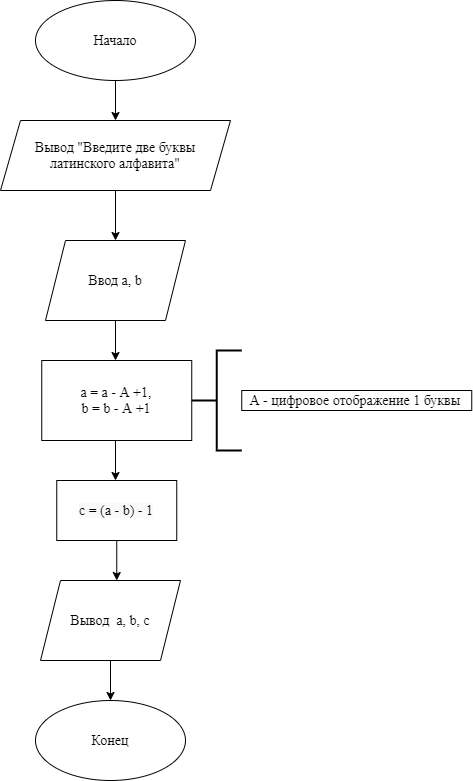
Before: DZ5.png, a diagram exported from draw.io (EkaterinaVrublevskaia/AlgorithmPython-). Source tidied: cells renumbered, new cells last; positions are measured from the earlier drawing's top-left corner, leaving out a move shared by most shapes.
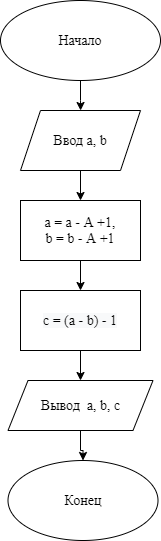
The same diagram one commit later.

What changed in the source:
```diff
@@ -2,60 +2,42 @@
   <root>
     <mxCell id="0" />
     <mxCell id="1" parent="0" />
-    <mxCell id="2" style="edgeStyle=orthogonalEdgeStyle;rounded=0;jettySize=auto;html=1;fontFamily=Times New Roman;fontSize=14;" parent="1" edge="1" source="3" target="5">
-      <mxGeometry relative="1" as="geometry" />
+    <mxCell id="2" style="edgeStyle=orthogonalEdgeStyle;rounded=0;jettySize=auto;html=1;fontFamily=Times New Roman;fontSize=14;" parent="1" edge="1" source="3">
+      <mxGeometry relative="1" as="geometry">
+        <mxPoint x="115.1" y="110" as="targetPoint" />
+      </mxGeometry>
     </mxCell>
     <mxCell id="3" value="&lt;font face=&quot;Times New Roman&quot; style=&quot;font-size: 14px&quot;&gt;Начало&lt;/font&gt;" style="ellipse;whiteSpace=wrap;html=1;fontFamily=Times New Roman;fontSize=14;" parent="1" vertex="1">
       <mxGeometry x="35" width="160" height="80" as="geometry" />
     </mxCell>
-    <mxCell id="4" style="edgeStyle=orthogonalEdgeStyle;rounded=0;jettySize=auto;html=1;fontFamily=Times New Roman;fontSize=14;" parent="1" edge="1" source="5" target="7">
-      <mxGeometry relative="1" as="geometry" />
-    </mxCell>
-    <mxCell id="5" value="Вывод &quot;Введите две буквы латинского алфавита&quot;" style="shape=parallelogram;perimeter=parallelogramPerimeter;whiteSpace=wrap;html=1;fixedSize=1;fontFamily=Times New Roman;fontSize=14;" parent="1" vertex="1">
-      <mxGeometry y="120" width="230" height="70" as="geometry" />
-    </mxCell>
-    <mxCell id="6" style="edgeStyle=orthogonalEdgeStyle;rounded=0;jettySize=auto;html=1;entryX=0.5;entryY=0;entryDx=0;entryDy=0;fontFamily=Times New Roman;fontSize=14;" parent="1" edge="1" source="7">
-      <mxGeometry relative="1" as="geometry">
-        <mxPoint x="115" y="360" as="targetPoint" />
-      </mxGeometry>
-    </mxCell>
-    <mxCell id="7" value="Ввод a, b" style="shape=parallelogram;perimeter=parallelogramPerimeter;whiteSpace=wrap;html=1;fixedSize=1;fontFamily=Times New Roman;fontSize=14;" parent="1" vertex="1">
-      <mxGeometry x="45" y="240" width="140" height="80" as="geometry" />
-    </mxCell>
-    <mxCell id="8" style="edgeStyle=orthogonalEdgeStyle;rounded=0;orthogonalLoop=1;jettySize=auto;html=1;fontFamily=Times New Roman;fontSize=14;" parent="1" edge="1">
-      <mxGeometry relative="1" as="geometry">
-        <mxPoint x="115" y="440" as="sourcePoint" />
-        <mxPoint x="115" y="480" as="targetPoint" />
-      </mxGeometry>
-    </mxCell>
     <mxCell id="9" style="edgeStyle=orthogonalEdgeStyle;rounded=0;jettySize=auto;html=1;entryX=0.5;entryY=0;entryDx=0;entryDy=0;fontFamily=Times New Roman;fontSize=14;" parent="1" edge="1" source="10" target="11">
       <mxGeometry relative="1" as="geometry" />
     </mxCell>
     <mxCell id="10" value="Вывод&amp;nbsp; a, b, c" style="shape=parallelogram;perimeter=parallelogramPerimeter;whiteSpace=wrap;html=1;fixedSize=1;fontFamily=Times New Roman;fontSize=14;fillColor=default;strokeColor=default;fontColor=default;" parent="1" vertex="1">
-      <mxGeometry x="40" y="580" width="140" height="80" as="geometry" />
+      <mxGeometry x="42.5" y="380" width="145" height="50" as="geometry" />
     </mxCell>
     <mxCell id="11" value="Конец" style="ellipse;whiteSpace=wrap;html=1;fontFamily=Times New Roman;fontSize=14;fillColor=default;strokeColor=default;fontColor=default;" parent="1" vertex="1">
-      <mxGeometry x="35" y="700" width="150" height="80" as="geometry" />
+      <mxGeometry x="42.5" y="460" width="150" height="80" as="geometry" />
     </mxCell>
-    <mxCell id="12" style="edgeStyle=orthogonalEdgeStyle;rounded=0;jettySize=auto;html=1;fontColor=default;strokeColor=default;labelBackgroundColor=default;" parent="1" edge="1" source="13" target="10">
-      <mxGeometry relative="1" as="geometry">
-        <Array as="points">
-          <mxPoint x="115" y="580" />
-          <mxPoint x="115" y="580" />
-        </Array>
-      </mxGeometry>
+    <mxCell id="12" style="edgeStyle=orthogonalEdgeStyle;rounded=0;jettySize=auto;html=1;entryX=0.5;entryY=0;entryDx=0;entryDy=0;" parent="1" edge="1" source="13" target="10">
+      <mxGeometry relative="1" as="geometry" />
     </mxCell>
     <mxCell id="13" value="&lt;span style=&quot;font-family: &amp;quot;times new roman&amp;quot; ; font-size: 14px ; font-style: normal ; font-weight: 400 ; letter-spacing: normal ; text-align: center ; text-indent: 0px ; text-transform: none ; word-spacing: 0px ; background-color: rgb(248 , 249 , 250) ; display: inline ; float: none&quot;&gt;c = (a - b) - 1&lt;/span&gt;" style="rounded=0;whiteSpace=wrap;html=1;fontFamily=Times New Roman;fontSize=14;fillColor=default;strokeColor=default;fontColor=default;" parent="1" vertex="1">
-      <mxGeometry x="56.2" y="480" width="120" height="60" as="geometry" />
+      <mxGeometry x="55" y="290" width="120" height="60" as="geometry" />
     </mxCell>
+    <mxCell id="17" style="edgeStyle=orthogonalEdgeStyle;rounded=0;jettySize=auto;html=1;" parent="1" edge="1" source="14" target="13">
+      <mxGeometry relative="1" as="geometry" />
+    </mxCell>
     <mxCell id="14" value="a = a - A +1,&lt;br&gt;b = b - A +1" style="rounded=0;whiteSpace=wrap;html=1;fontFamily=Times New Roman;fontSize=14;" parent="1" vertex="1">
-      <mxGeometry x="41.2" y="360" width="150" height="80" as="geometry" />
+      <mxGeometry x="55" y="200" width="120" height="60" as="geometry" />
     </mxCell>
-    <mxCell id="15" style="strokeWidth=2;html=1;shape=mxgraph.flowchart.annotation_2;align=left;labelPosition=right;fontFamily=Times New Roman;fontSize=14;" parent="1" vertex="1">
-      <mxGeometry x="191.2" y="350" width="50" height="100" as="geometry" />
-    </mxCell>
-    <mxCell id="16" value="A - цифровое отображение 1 буквы&amp;nbsp;" style="text;html=1;align=center;verticalAlign=middle;strokeColor=default;fillColor=default;fontSize=14;fontFamily=Times New Roman;fontColor=default;" parent="1" vertex="1">
-      <mxGeometry x="241.2" y="390" width="230" height="20" as="geometry" />
-    </mxCell>
+    <mxCell id="18" style="edgeStyle=orthogonalEdgeStyle;rounded=0;jettySize=auto;html=1;" parent="1" edge="1" target="14">
+      <mxGeometry relative="1" as="geometry">
+        <mxPoint x="115" y="170" as="sourcePoint" />
+      </mxGeometry>
+    </mxCell>
+    <mxCell id="7" value="&lt;span style=&quot;font-family: &amp;#34;times new roman&amp;#34; ; font-size: 14px&quot;&gt;Ввод a, b&lt;/span&gt;" style="shape=parallelogram;perimeter=parallelogramPerimeter;whiteSpace=wrap;html=1;fixedSize=1;" parent="1" vertex="1">
+      <mxGeometry x="55" y="110" width="120" height="60" as="geometry" />
+    </mxCell>
   </root>
 </mxGraphModel>
```
